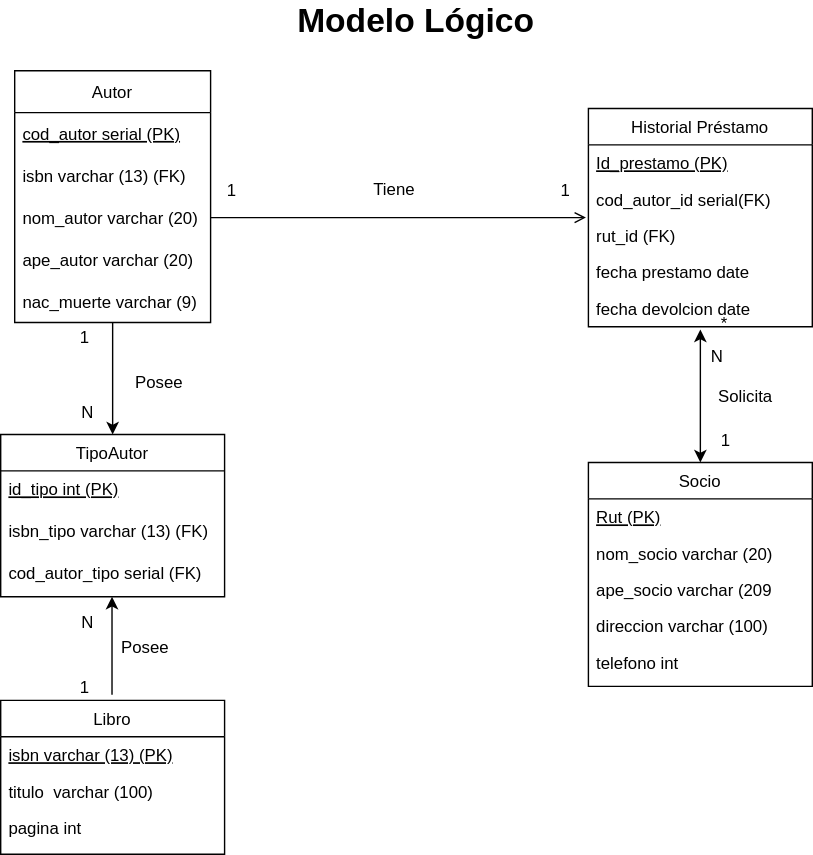
Earlier version of the draw.io export Modelo logico.drawio.svg (FranSantander/-Biblioteca). Source tidied: cells renumbered, new cells last; positions are measured from the earlier drawing's top-left corner, leaving out a move shared by most shapes.
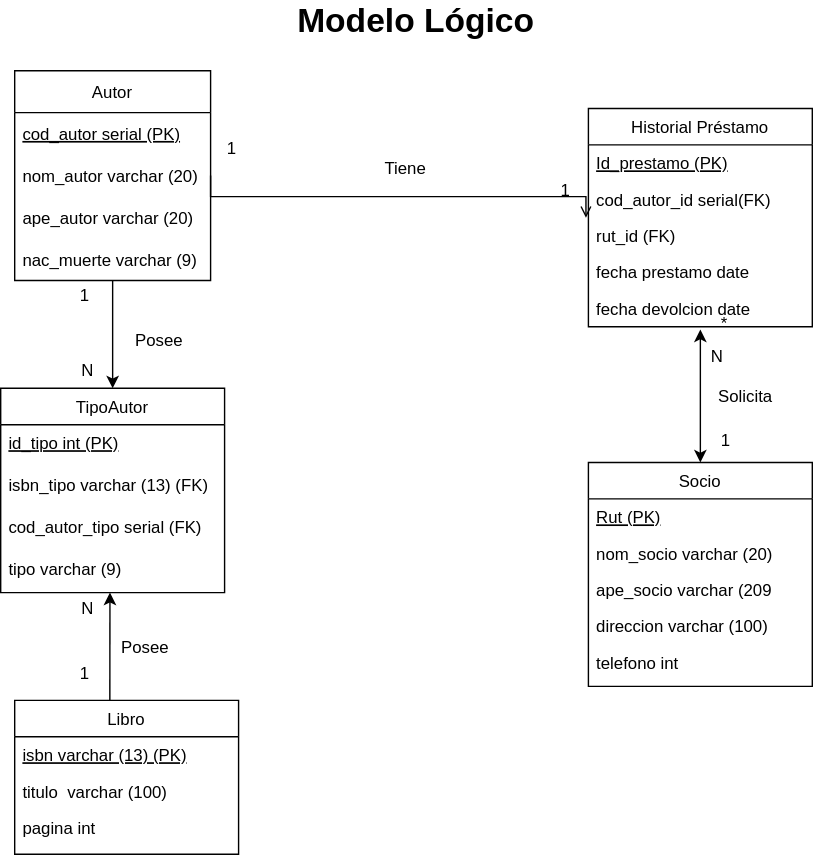
Later version of the same file.

Diff of the diagram source:
```diff
@@ -77,26 +77,25 @@
       <mxGeometry relative="1" as="geometry" />
     </mxCell>
     <mxCell id="22" value="N" style="align=left;verticalAlign=bottom;labelBackgroundColor=none;fontSize=12;" parent="1" vertex="1">
-      <mxGeometry x="150" y="370" as="geometry">
+      <mxGeometry x="150" y="360" as="geometry">
         <mxPoint x="-94" y="83" as="offset" />
       </mxGeometry>
     </mxCell>
     <mxCell id="23" value="1" style="align=left;verticalAlign=bottom;labelBackgroundColor=none;fontSize=12;" parent="1" vertex="1">
-      <mxGeometry x="140" y="360" as="geometry">
+      <mxGeometry x="140" y="350" as="geometry">
         <mxPoint x="-85" y="139" as="offset" />
       </mxGeometry>
     </mxCell>
     <mxCell id="24" value="&lt;font style=&quot;font-size: 24px&quot;&gt;Modelo Lógico&lt;/font&gt;" style="text;html=1;strokeColor=none;fillColor=none;align=center;verticalAlign=middle;whiteSpace=wrap;rounded=0;fontStyle=1;" parent="1" vertex="1">
       <mxGeometry x="210" width="174" height="30" as="geometry" />
     </mxCell>
-    <mxCell id="25" style="endArrow=classic;html=1;rounded=0;fontSize=24;entryX=0.5;entryY=1;entryDx=0;entryDy=0;" parent="1" edge="1">
+    <mxCell id="25" style="endArrow=classic;html=1;rounded=0;fontSize=24;entryX=0.488;entryY=1;entryDx=0;entryDy=0;entryPerimeter=0;" parent="1" edge="1" target="46">
       <mxGeometry relative="1" as="geometry">
-        <mxPoint x="79.6" y="496" as="sourcePoint" />
-        <mxPoint x="79.6" y="426" as="targetPoint" />
+        <mxPoint x="78" y="500" as="sourcePoint" />
       </mxGeometry>
     </mxCell>
     <mxCell id="26" value="Libro" style="swimlane;fontStyle=0;align=center;verticalAlign=top;horizontal=1;startSize=26;rounded=0;shadow=0;strokeWidth=1;" parent="1" vertex="1">
-      <mxGeometry y="500" width="160" height="110" as="geometry" />
+      <mxGeometry x="10" y="500" width="160" height="110" as="geometry" />
     </mxCell>
     <mxCell id="27" value="isbn varchar (13) (PK)" style="text;align=left;verticalAlign=top;spacingLeft=4;spacingRight=4;overflow=hidden;fontStyle=4;" parent="26" vertex="1">
       <mxGeometry y="26" width="160" height="26" as="geometry" />
@@ -108,22 +107,19 @@
       <mxGeometry y="78" width="160" height="26" as="geometry" />
     </mxCell>
     <mxCell id="30" value="Autor" style="swimlane;fontStyle=0;horizontal=1;startSize=30;" parent="1" vertex="1">
-      <mxGeometry x="10" y="50" width="140" height="180" as="geometry" />
+      <mxGeometry x="10" y="50" width="140" height="150" as="geometry" />
     </mxCell>
     <mxCell id="31" value="cod_autor serial (PK)" style="text;strokeColor=none;fillColor=none;align=left;verticalAlign=middle;spacingLeft=4;spacingRight=4;overflow=hidden;fontStyle=4;" parent="30" vertex="1">
       <mxGeometry y="30" width="140" height="30" as="geometry" />
     </mxCell>
-    <mxCell id="32" value="isbn varchar (13) (FK)" style="text;strokeColor=none;fillColor=none;align=left;verticalAlign=middle;spacingLeft=4;spacingRight=4;overflow=hidden;fontStyle=0;" parent="30" vertex="1">
-      <mxGeometry y="60" width="140" height="30" as="geometry" />
-    </mxCell>
     <mxCell id="33" value="nom_autor varchar (20)" style="text;strokeColor=none;fillColor=none;align=left;verticalAlign=middle;spacingLeft=4;spacingRight=4;overflow=hidden;points=[[0,0.5],[1,0.5]];portConstraint=eastwest;" parent="30" vertex="1">
-      <mxGeometry y="90" width="140" height="30" as="geometry" />
+      <mxGeometry y="60" width="140" height="30" as="geometry" />
     </mxCell>
     <mxCell id="34" value="ape_autor varchar (20)" style="text;strokeColor=none;fillColor=none;align=left;verticalAlign=middle;spacingLeft=4;spacingRight=4;overflow=hidden;" parent="30" vertex="1">
-      <mxGeometry y="120" width="140" height="30" as="geometry" />
+      <mxGeometry y="90" width="140" height="30" as="geometry" />
     </mxCell>
     <mxCell id="35" value="nac_muerte varchar (9)" style="text;strokeColor=none;fillColor=none;align=left;verticalAlign=middle;spacingLeft=4;spacingRight=4;overflow=hidden;" parent="30" vertex="1">
-      <mxGeometry y="150" width="140" height="30" as="geometry" />
+      <mxGeometry y="120" width="140" height="30" as="geometry" />
     </mxCell>
     <mxCell id="36" value="Posee" style="text;html=1;align=center;verticalAlign=middle;labelBackgroundColor=none;rounded=0;shadow=0;strokeWidth=1;fontSize=12;" parent="1" vertex="1">
       <mxGeometry x="80" y="390" as="geometry">
@@ -131,7 +127,7 @@
       </mxGeometry>
     </mxCell>
     <mxCell id="37" value="TipoAutor" style="swimlane;fontStyle=0;horizontal=1;startSize=26;align=center;fontSize=12;" parent="1" vertex="1">
-      <mxGeometry y="310" width="160" height="116" as="geometry" />
+      <mxGeometry y="277" width="160" height="146" as="geometry" />
     </mxCell>
     <mxCell id="38" value="id_tipo int (PK)" style="text;strokeColor=none;fillColor=none;spacingLeft=4;spacingRight=4;overflow=hidden;fontSize=12;fontStyle=4;" parent="37" vertex="1">
       <mxGeometry y="26" width="160" height="30" as="geometry" />
@@ -142,18 +138,21 @@
     <mxCell id="40" value="cod_autor_tipo serial (FK)" style="text;strokeColor=none;fillColor=none;spacingLeft=4;spacingRight=4;overflow=hidden;fontSize=12;" parent="37" vertex="1">
       <mxGeometry y="86" width="160" height="30" as="geometry" />
     </mxCell>
+    <mxCell id="46" value="tipo varchar (9)" style="text;strokeColor=none;fillColor=none;spacingLeft=4;spacingRight=4;overflow=hidden;points=[[0,0.5],[1,0.5]];portConstraint=eastwest;fontSize=12;" parent="37" vertex="1">
+      <mxGeometry y="116" width="160" height="30" as="geometry" />
+    </mxCell>
     <mxCell id="41" style="endArrow=classic;html=1;rounded=0;fontSize=24;entryX=0.5;entryY=0;entryDx=0;entryDy=0;" parent="1" edge="1" target="37">
       <mxGeometry relative="1" as="geometry">
-        <mxPoint x="80" y="230" as="sourcePoint" />
+        <mxPoint x="80" y="200" as="sourcePoint" />
       </mxGeometry>
     </mxCell>
     <mxCell id="42" value="1" style="align=left;verticalAlign=bottom;labelBackgroundColor=none;fontSize=12;" parent="1" vertex="1">
-      <mxGeometry x="140" y="110" as="geometry">
+      <mxGeometry x="140" y="80" as="geometry">
         <mxPoint x="-85" y="139" as="offset" />
       </mxGeometry>
     </mxCell>
     <mxCell id="43" value="N" style="align=left;verticalAlign=bottom;labelBackgroundColor=none;fontSize=12;" parent="1" vertex="1">
-      <mxGeometry x="150" y="220" as="geometry">
+      <mxGeometry x="150" y="190" as="geometry">
         <mxPoint x="-94" y="83" as="offset" />
       </mxGeometry>
     </mxCell>
@@ -163,7 +162,7 @@
       </mxGeometry>
     </mxCell>
     <mxCell id="45" value="Posee" style="text;html=1;align=center;verticalAlign=middle;labelBackgroundColor=none;rounded=0;shadow=0;strokeWidth=1;fontSize=12;" parent="1" vertex="1">
-      <mxGeometry x="90" y="200" as="geometry">
+      <mxGeometry x="90" y="170" as="geometry">
         <mxPoint x="22" y="72" as="offset" />
       </mxGeometry>
     </mxCell>
```
